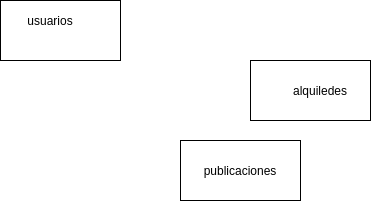
Above: Untitled Diagram.png in santy-ramirez/basededatos (draw.io), before the change. Source tidied: cells renumbered, new cells last; positions are measured from the earlier drawing's top-left corner, leaving out a move shared by most shapes.
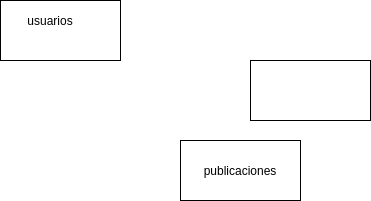
Above is the later version.

What changed in the source:
```diff
@@ -17,8 +17,5 @@
     <mxCell id="6" style="rounded=0;whiteSpace=wrap;html=1;" parent="1" vertex="1">
       <mxGeometry x="250" y="60" width="120" height="60" as="geometry" />
     </mxCell>
-    <mxCell id="7" value="alquiledes" style="text;html=1;strokeColor=none;fillColor=none;align=center;verticalAlign=middle;whiteSpace=wrap;rounded=0;" parent="1" vertex="1">
-      <mxGeometry x="300" y="80" width="40" height="20" as="geometry" />
-    </mxCell>
   </root>
 </mxGraphModel>
```
